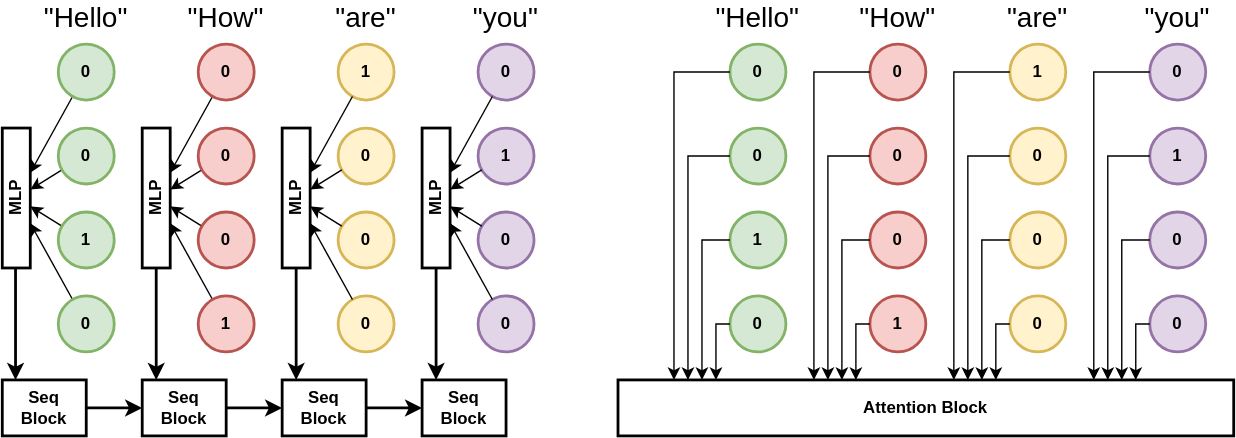
yyhtbs-yye/course_images keeps this draw.io diagram as mlp_vs_attention.svg. Above is the earlier version. Source tidied: cells renumbered, new cells last; positions are measured from the earlier drawing's top-left corner, leaving out a move shared by most shapes. Source of this version:
```xml
<mxGraphModel>
  <root>
    <mxCell id="0" />
    <mxCell id="1" parent="0" />
    <mxCell id="2" style="rounded=0;jettySize=auto;html=1;" parent="1" edge="1" source="3" target="30">
      <mxGeometry relative="1" as="geometry" />
    </mxCell>
    <mxCell id="3" value="0" style="ellipse;whiteSpace=wrap;html=1;fillColor=#d5e8d4;strokeColor=#82b366;strokeWidth=2;fontStyle=1;" parent="1" vertex="1">
      <mxGeometry x="80" y="210" width="40" height="40" as="geometry" />
    </mxCell>
    <mxCell id="4" style="rounded=0;jettySize=auto;html=1;" parent="1" edge="1" source="5" target="31">
      <mxGeometry relative="1" as="geometry" />
    </mxCell>
    <mxCell id="5" value="1" style="ellipse;whiteSpace=wrap;html=1;fillColor=#f8cecc;strokeColor=#b85450;strokeWidth=2;fontStyle=1;" parent="1" vertex="1">
      <mxGeometry x="180" y="210" width="40" height="40" as="geometry" />
    </mxCell>
    <mxCell id="6" value="0" style="ellipse;whiteSpace=wrap;html=1;fillColor=#fff2cc;strokeColor=#d6b656;strokeWidth=2;fontStyle=1;" parent="1" vertex="1">
      <mxGeometry x="280" y="210" width="40" height="40" as="geometry" />
    </mxCell>
    <mxCell id="7" value="0" style="ellipse;whiteSpace=wrap;html=1;fillColor=#e1d5e7;strokeColor=#9673a6;strokeWidth=2;fontStyle=1;" parent="1" vertex="1">
      <mxGeometry x="380" y="210" width="40" height="40" as="geometry" />
    </mxCell>
    <mxCell id="8" style="rounded=0;jettySize=auto;html=1;" parent="1" edge="1" source="9" target="30">
      <mxGeometry relative="1" as="geometry" />
    </mxCell>
    <mxCell id="9" value="1" style="ellipse;whiteSpace=wrap;html=1;fillColor=#d5e8d4;strokeColor=#82b366;strokeWidth=2;fontStyle=1;" parent="1" vertex="1">
      <mxGeometry x="80" y="150" width="40" height="40" as="geometry" />
    </mxCell>
    <mxCell id="10" style="rounded=0;jettySize=auto;html=1;" parent="1" edge="1" source="11" target="31">
      <mxGeometry relative="1" as="geometry" />
    </mxCell>
    <mxCell id="11" value="0" style="ellipse;whiteSpace=wrap;html=1;fillColor=#f8cecc;strokeColor=#b85450;strokeWidth=2;fontStyle=1;" parent="1" vertex="1">
      <mxGeometry x="180" y="150" width="40" height="40" as="geometry" />
    </mxCell>
    <mxCell id="12" value="0" style="ellipse;whiteSpace=wrap;html=1;fillColor=#fff2cc;strokeColor=#d6b656;strokeWidth=2;fontStyle=1;" parent="1" vertex="1">
      <mxGeometry x="280" y="150" width="40" height="40" as="geometry" />
    </mxCell>
    <mxCell id="13" value="0" style="ellipse;whiteSpace=wrap;html=1;fillColor=#e1d5e7;strokeColor=#9673a6;strokeWidth=2;fontStyle=1;" parent="1" vertex="1">
      <mxGeometry x="380" y="150" width="40" height="40" as="geometry" />
    </mxCell>
    <mxCell id="14" style="rounded=0;jettySize=auto;html=1;" parent="1" edge="1" source="15" target="30">
      <mxGeometry relative="1" as="geometry" />
    </mxCell>
    <mxCell id="15" value="0" style="ellipse;whiteSpace=wrap;html=1;fillColor=#d5e8d4;strokeColor=#82b366;strokeWidth=2;fontStyle=1;" parent="1" vertex="1">
      <mxGeometry x="80" y="90" width="40" height="40" as="geometry" />
    </mxCell>
    <mxCell id="16" style="rounded=0;jettySize=auto;html=1;" parent="1" edge="1" source="17" target="31">
      <mxGeometry relative="1" as="geometry" />
    </mxCell>
    <mxCell id="17" value="0" style="ellipse;whiteSpace=wrap;html=1;fillColor=#f8cecc;strokeColor=#b85450;strokeWidth=2;fontStyle=1;" parent="1" vertex="1">
      <mxGeometry x="180" y="90" width="40" height="40" as="geometry" />
    </mxCell>
    <mxCell id="18" value="0" style="ellipse;whiteSpace=wrap;html=1;fillColor=#fff2cc;strokeColor=#d6b656;strokeWidth=2;fontStyle=1;" parent="1" vertex="1">
      <mxGeometry x="280" y="90" width="40" height="40" as="geometry" />
    </mxCell>
    <mxCell id="19" value="1" style="ellipse;whiteSpace=wrap;html=1;fillColor=#e1d5e7;strokeColor=#9673a6;strokeWidth=2;fontStyle=1;" parent="1" vertex="1">
      <mxGeometry x="380" y="90" width="40" height="40" as="geometry" />
    </mxCell>
    <mxCell id="20" style="rounded=0;jettySize=auto;html=1;" parent="1" edge="1" source="21" target="30">
      <mxGeometry relative="1" as="geometry" />
    </mxCell>
    <mxCell id="21" value="0" style="ellipse;whiteSpace=wrap;html=1;fillColor=#d5e8d4;strokeColor=#82b366;strokeWidth=2;fontStyle=1;" parent="1" vertex="1">
      <mxGeometry x="80" y="30" width="40" height="40" as="geometry" />
    </mxCell>
    <mxCell id="22" style="rounded=0;jettySize=auto;html=1;" parent="1" edge="1" source="23" target="31">
      <mxGeometry relative="1" as="geometry" />
    </mxCell>
    <mxCell id="23" value="0" style="ellipse;whiteSpace=wrap;html=1;fillColor=#f8cecc;strokeColor=#b85450;strokeWidth=2;fontStyle=1;" parent="1" vertex="1">
      <mxGeometry x="180" y="30" width="40" height="40" as="geometry" />
    </mxCell>
    <mxCell id="24" value="1" style="ellipse;whiteSpace=wrap;html=1;fillColor=#fff2cc;strokeColor=#d6b656;strokeWidth=2;fontStyle=1;" parent="1" vertex="1">
      <mxGeometry x="280" y="30" width="40" height="40" as="geometry" />
    </mxCell>
    <mxCell id="25" value="0" style="ellipse;whiteSpace=wrap;html=1;fillColor=#e1d5e7;strokeColor=#9673a6;strokeWidth=2;fontStyle=1;" parent="1" vertex="1">
      <mxGeometry x="380" y="30" width="40" height="40" as="geometry" />
    </mxCell>
    <mxCell id="26" value="&quot;Hello&quot;" style="text;html=1;strokeColor=none;fillColor=none;align=center;verticalAlign=middle;whiteSpace=wrap;rounded=0;fontSize=20;" parent="1" vertex="1">
      <mxGeometry x="70" width="60" height="20" as="geometry" />
    </mxCell>
    <mxCell id="27" value="&quot;How&quot;" style="text;html=1;strokeColor=none;fillColor=none;align=center;verticalAlign=middle;whiteSpace=wrap;rounded=0;fontSize=20;" parent="1" vertex="1">
      <mxGeometry x="170" width="60" height="20" as="geometry" />
    </mxCell>
    <mxCell id="28" value="&quot;are&quot;" style="text;html=1;strokeColor=none;fillColor=none;align=center;verticalAlign=middle;whiteSpace=wrap;rounded=0;fontSize=20;" parent="1" vertex="1">
      <mxGeometry x="270" width="60" height="20" as="geometry" />
    </mxCell>
    <mxCell id="29" value="&quot;you&quot;" style="text;html=1;strokeColor=none;fillColor=none;align=center;verticalAlign=middle;whiteSpace=wrap;rounded=0;fontSize=20;" parent="1" vertex="1">
      <mxGeometry x="370" width="60" height="20" as="geometry" />
    </mxCell>
    <mxCell id="30" value="MLP" style="rounded=0;whiteSpace=wrap;html=1;rotation=-90;fontStyle=1;strokeWidth=2;" parent="1" vertex="1">
      <mxGeometry y="130" width="100" height="20" as="geometry" />
    </mxCell>
    <mxCell id="31" value="MLP" style="rounded=0;whiteSpace=wrap;html=1;rotation=-90;fontStyle=1;strokeWidth=2;" parent="1" vertex="1">
      <mxGeometry x="100" y="130" width="100" height="20" as="geometry" />
    </mxCell>
    <mxCell id="32" style="rounded=0;jettySize=auto;html=1;" parent="1" edge="1" source="6" target="36">
      <mxGeometry relative="1" as="geometry" />
    </mxCell>
    <mxCell id="33" style="rounded=0;jettySize=auto;html=1;" parent="1" edge="1" source="12" target="36">
      <mxGeometry relative="1" as="geometry" />
    </mxCell>
    <mxCell id="34" style="rounded=0;jettySize=auto;html=1;" parent="1" edge="1" source="18" target="36">
      <mxGeometry relative="1" as="geometry" />
    </mxCell>
    <mxCell id="35" style="rounded=0;jettySize=auto;html=1;" parent="1" edge="1" source="24" target="36">
      <mxGeometry relative="1" as="geometry" />
    </mxCell>
    <mxCell id="36" value="MLP" style="rounded=0;whiteSpace=wrap;html=1;rotation=-90;fontStyle=1;strokeWidth=2;" parent="1" vertex="1">
      <mxGeometry x="200" y="130" width="100" height="20" as="geometry" />
    </mxCell>
    <mxCell id="37" style="rounded=0;jettySize=auto;html=1;" parent="1" edge="1" source="7" target="41">
      <mxGeometry relative="1" as="geometry" />
    </mxCell>
    <mxCell id="38" style="rounded=0;jettySize=auto;html=1;" parent="1" edge="1" source="13" target="41">
      <mxGeometry relative="1" as="geometry" />
    </mxCell>
    <mxCell id="39" style="rounded=0;jettySize=auto;html=1;" parent="1" edge="1" source="19" target="41">
      <mxGeometry relative="1" as="geometry" />
    </mxCell>
    <mxCell id="40" style="rounded=0;jettySize=auto;html=1;" parent="1" edge="1" source="25" target="41">
      <mxGeometry relative="1" as="geometry" />
    </mxCell>
    <mxCell id="41" value="MLP" style="rounded=0;whiteSpace=wrap;html=1;rotation=-90;fontStyle=1;strokeWidth=2;" parent="1" vertex="1">
      <mxGeometry x="300" y="130" width="100" height="20" as="geometry" />
    </mxCell>
    <mxCell id="42" style="edgeStyle=orthogonalEdgeStyle;rounded=0;jettySize=auto;html=1;strokeWidth=2;" parent="1" edge="1" source="43" target="49">
      <mxGeometry relative="1" as="geometry" />
    </mxCell>
    <mxCell id="43" value="Seq Block" style="rounded=0;whiteSpace=wrap;html=1;fontStyle=1;strokeWidth=2;" parent="1" vertex="1">
      <mxGeometry x="40" y="270" width="60" height="40" as="geometry" />
    </mxCell>
    <mxCell id="44" style="endArrow=classic;html=1;rounded=0;strokeWidth=2;" parent="1" edge="1">
      <mxGeometry relative="1" as="geometry">
        <mxPoint x="49.5" y="190" as="sourcePoint" />
        <mxPoint x="49.5" y="270" as="targetPoint" />
      </mxGeometry>
    </mxCell>
    <mxCell id="45" style="endArrow=classic;html=1;rounded=0;strokeWidth=2;" parent="1" edge="1">
      <mxGeometry relative="1" as="geometry">
        <mxPoint x="150" y="190" as="sourcePoint" />
        <mxPoint x="150" y="270" as="targetPoint" />
      </mxGeometry>
    </mxCell>
    <mxCell id="46" style="endArrow=classic;html=1;rounded=0;strokeWidth=2;" parent="1" edge="1">
      <mxGeometry relative="1" as="geometry">
        <mxPoint x="250" y="190" as="sourcePoint" />
        <mxPoint x="250" y="270" as="targetPoint" />
      </mxGeometry>
    </mxCell>
    <mxCell id="47" style="endArrow=classic;html=1;rounded=0;strokeWidth=2;" parent="1" edge="1">
      <mxGeometry relative="1" as="geometry">
        <mxPoint x="350" y="190" as="sourcePoint" />
        <mxPoint x="350" y="270" as="targetPoint" />
      </mxGeometry>
    </mxCell>
    <mxCell id="48" style="edgeStyle=orthogonalEdgeStyle;rounded=0;jettySize=auto;html=1;strokeWidth=2;" parent="1" edge="1" source="49" target="51">
      <mxGeometry relative="1" as="geometry" />
    </mxCell>
    <mxCell id="49" value="Seq Block" style="rounded=0;whiteSpace=wrap;html=1;fontStyle=1;strokeWidth=2;" parent="1" vertex="1">
      <mxGeometry x="140" y="270" width="60" height="40" as="geometry" />
    </mxCell>
    <mxCell id="50" style="edgeStyle=orthogonalEdgeStyle;rounded=0;jettySize=auto;html=1;strokeWidth=2;" parent="1" edge="1" source="51" target="52">
      <mxGeometry relative="1" as="geometry" />
    </mxCell>
    <mxCell id="51" value="Seq Block" style="rounded=0;whiteSpace=wrap;html=1;fontStyle=1;strokeWidth=2;" parent="1" vertex="1">
      <mxGeometry x="240" y="270" width="60" height="40" as="geometry" />
    </mxCell>
    <mxCell id="52" value="Seq Block" style="rounded=0;whiteSpace=wrap;html=1;fontStyle=1;strokeWidth=2;" parent="1" vertex="1">
      <mxGeometry x="340" y="270" width="60" height="40" as="geometry" />
    </mxCell>
    <mxCell id="53" value="0" style="ellipse;whiteSpace=wrap;html=1;fillColor=#d5e8d4;strokeColor=#82b366;strokeWidth=2;fontStyle=1;" parent="1" vertex="1">
      <mxGeometry x="560" y="210" width="40" height="40" as="geometry" />
    </mxCell>
    <mxCell id="54" value="1" style="ellipse;whiteSpace=wrap;html=1;fillColor=#f8cecc;strokeColor=#b85450;strokeWidth=2;fontStyle=1;" parent="1" vertex="1">
      <mxGeometry x="660" y="210" width="40" height="40" as="geometry" />
    </mxCell>
    <mxCell id="55" value="0" style="ellipse;whiteSpace=wrap;html=1;fillColor=#fff2cc;strokeColor=#d6b656;strokeWidth=2;fontStyle=1;" parent="1" vertex="1">
      <mxGeometry x="760" y="210" width="40" height="40" as="geometry" />
    </mxCell>
    <mxCell id="56" value="0" style="ellipse;whiteSpace=wrap;html=1;fillColor=#e1d5e7;strokeColor=#9673a6;strokeWidth=2;fontStyle=1;" parent="1" vertex="1">
      <mxGeometry x="860" y="210" width="40" height="40" as="geometry" />
    </mxCell>
    <mxCell id="57" value="1" style="ellipse;whiteSpace=wrap;html=1;fillColor=#d5e8d4;strokeColor=#82b366;strokeWidth=2;fontStyle=1;" parent="1" vertex="1">
      <mxGeometry x="560" y="150" width="40" height="40" as="geometry" />
    </mxCell>
    <mxCell id="58" value="0" style="ellipse;whiteSpace=wrap;html=1;fillColor=#f8cecc;strokeColor=#b85450;strokeWidth=2;fontStyle=1;" parent="1" vertex="1">
      <mxGeometry x="660" y="150" width="40" height="40" as="geometry" />
    </mxCell>
    <mxCell id="59" value="0" style="ellipse;whiteSpace=wrap;html=1;fillColor=#fff2cc;strokeColor=#d6b656;strokeWidth=2;fontStyle=1;" parent="1" vertex="1">
      <mxGeometry x="760" y="150" width="40" height="40" as="geometry" />
    </mxCell>
    <mxCell id="60" value="0" style="ellipse;whiteSpace=wrap;html=1;fillColor=#e1d5e7;strokeColor=#9673a6;strokeWidth=2;fontStyle=1;" parent="1" vertex="1">
      <mxGeometry x="860" y="150" width="40" height="40" as="geometry" />
    </mxCell>
    <mxCell id="61" value="0" style="ellipse;whiteSpace=wrap;html=1;fillColor=#d5e8d4;strokeColor=#82b366;strokeWidth=2;fontStyle=1;" parent="1" vertex="1">
      <mxGeometry x="560" y="90" width="40" height="40" as="geometry" />
    </mxCell>
    <mxCell id="62" value="0" style="ellipse;whiteSpace=wrap;html=1;fillColor=#f8cecc;strokeColor=#b85450;strokeWidth=2;fontStyle=1;" parent="1" vertex="1">
      <mxGeometry x="660" y="90" width="40" height="40" as="geometry" />
    </mxCell>
    <mxCell id="63" value="0" style="ellipse;whiteSpace=wrap;html=1;fillColor=#fff2cc;strokeColor=#d6b656;strokeWidth=2;fontStyle=1;" parent="1" vertex="1">
      <mxGeometry x="760" y="90" width="40" height="40" as="geometry" />
    </mxCell>
    <mxCell id="64" value="1" style="ellipse;whiteSpace=wrap;html=1;fillColor=#e1d5e7;strokeColor=#9673a6;strokeWidth=2;fontStyle=1;" parent="1" vertex="1">
      <mxGeometry x="860" y="90" width="40" height="40" as="geometry" />
    </mxCell>
    <mxCell id="65" value="0" style="ellipse;whiteSpace=wrap;html=1;fillColor=#d5e8d4;strokeColor=#82b366;strokeWidth=2;fontStyle=1;" parent="1" vertex="1">
      <mxGeometry x="560" y="30" width="40" height="40" as="geometry" />
    </mxCell>
    <mxCell id="66" value="0" style="ellipse;whiteSpace=wrap;html=1;fillColor=#f8cecc;strokeColor=#b85450;strokeWidth=2;fontStyle=1;" parent="1" vertex="1">
      <mxGeometry x="660" y="30" width="40" height="40" as="geometry" />
    </mxCell>
    <mxCell id="67" value="1" style="ellipse;whiteSpace=wrap;html=1;fillColor=#fff2cc;strokeColor=#d6b656;strokeWidth=2;fontStyle=1;" parent="1" vertex="1">
      <mxGeometry x="760" y="30" width="40" height="40" as="geometry" />
    </mxCell>
    <mxCell id="68" value="0" style="ellipse;whiteSpace=wrap;html=1;fillColor=#e1d5e7;strokeColor=#9673a6;strokeWidth=2;fontStyle=1;" parent="1" vertex="1">
      <mxGeometry x="860" y="30" width="40" height="40" as="geometry" />
    </mxCell>
    <mxCell id="69" value="&quot;Hello&quot;" style="text;html=1;strokeColor=none;fillColor=none;align=center;verticalAlign=middle;whiteSpace=wrap;rounded=0;fontSize=20;" parent="1" vertex="1">
      <mxGeometry x="550" width="60" height="20" as="geometry" />
    </mxCell>
    <mxCell id="70" value="&quot;How&quot;" style="text;html=1;strokeColor=none;fillColor=none;align=center;verticalAlign=middle;whiteSpace=wrap;rounded=0;fontSize=20;" parent="1" vertex="1">
      <mxGeometry x="650" width="60" height="20" as="geometry" />
    </mxCell>
    <mxCell id="71" value="&quot;are&quot;" style="text;html=1;strokeColor=none;fillColor=none;align=center;verticalAlign=middle;whiteSpace=wrap;rounded=0;fontSize=20;" parent="1" vertex="1">
      <mxGeometry x="750" width="60" height="20" as="geometry" />
    </mxCell>
    <mxCell id="72" value="&quot;you&quot;" style="text;html=1;strokeColor=none;fillColor=none;align=center;verticalAlign=middle;whiteSpace=wrap;rounded=0;fontSize=20;" parent="1" vertex="1">
      <mxGeometry x="850" width="60" height="20" as="geometry" />
    </mxCell>
    <mxCell id="73" value="Attention Block" style="rounded=0;whiteSpace=wrap;html=1;fontStyle=1;strokeWidth=2;" parent="1" vertex="1">
      <mxGeometry x="480" y="270" width="440" height="40" as="geometry" />
    </mxCell>
    <mxCell id="74" style="edgeStyle=orthogonalEdgeStyle;rounded=0;orthogonalLoop=1;jettySize=auto;html=1;" parent="1" edge="1">
      <mxGeometry relative="1" as="geometry">
        <mxPoint x="560" y="50" as="sourcePoint" />
        <mxPoint x="520" y="270" as="targetPoint" />
      </mxGeometry>
    </mxCell>
    <mxCell id="75" style="edgeStyle=orthogonalEdgeStyle;rounded=0;orthogonalLoop=1;jettySize=auto;html=1;" parent="1" edge="1">
      <mxGeometry relative="1" as="geometry">
        <mxPoint x="560" y="110" as="sourcePoint" />
        <mxPoint x="530" y="270" as="targetPoint" />
      </mxGeometry>
    </mxCell>
    <mxCell id="76" style="edgeStyle=orthogonalEdgeStyle;rounded=0;orthogonalLoop=1;jettySize=auto;html=1;" parent="1" edge="1">
      <mxGeometry relative="1" as="geometry">
        <mxPoint x="560" y="170" as="sourcePoint" />
        <mxPoint x="540" y="270" as="targetPoint" />
      </mxGeometry>
    </mxCell>
    <mxCell id="77" style="edgeStyle=orthogonalEdgeStyle;rounded=0;orthogonalLoop=1;jettySize=auto;html=1;" parent="1" edge="1">
      <mxGeometry relative="1" as="geometry">
        <mxPoint x="560" y="230" as="sourcePoint" />
        <mxPoint x="550" y="270" as="targetPoint" />
        <Array as="points">
          <mxPoint x="550" y="230" />
        </Array>
      </mxGeometry>
    </mxCell>
    <mxCell id="78" style="edgeStyle=orthogonalEdgeStyle;rounded=0;orthogonalLoop=1;jettySize=auto;html=1;" parent="1" edge="1">
      <mxGeometry relative="1" as="geometry">
        <mxPoint x="660" y="50" as="sourcePoint" />
        <mxPoint x="620" y="270" as="targetPoint" />
      </mxGeometry>
    </mxCell>
    <mxCell id="79" style="edgeStyle=orthogonalEdgeStyle;rounded=0;orthogonalLoop=1;jettySize=auto;html=1;" parent="1" edge="1">
      <mxGeometry relative="1" as="geometry">
        <mxPoint x="660" y="110" as="sourcePoint" />
        <mxPoint x="630" y="270" as="targetPoint" />
      </mxGeometry>
    </mxCell>
    <mxCell id="80" style="edgeStyle=orthogonalEdgeStyle;rounded=0;orthogonalLoop=1;jettySize=auto;html=1;" parent="1" edge="1">
      <mxGeometry relative="1" as="geometry">
        <mxPoint x="660" y="170" as="sourcePoint" />
        <mxPoint x="640" y="270" as="targetPoint" />
      </mxGeometry>
    </mxCell>
    <mxCell id="81" style="edgeStyle=orthogonalEdgeStyle;rounded=0;orthogonalLoop=1;jettySize=auto;html=1;" parent="1" edge="1">
      <mxGeometry relative="1" as="geometry">
        <mxPoint x="660" y="230" as="sourcePoint" />
        <mxPoint x="650" y="270" as="targetPoint" />
        <Array as="points">
          <mxPoint x="650" y="230" />
        </Array>
      </mxGeometry>
    </mxCell>
    <mxCell id="82" style="edgeStyle=orthogonalEdgeStyle;rounded=0;orthogonalLoop=1;jettySize=auto;html=1;" parent="1" edge="1">
      <mxGeometry relative="1" as="geometry">
        <mxPoint x="760" y="50" as="sourcePoint" />
        <mxPoint x="720" y="270" as="targetPoint" />
      </mxGeometry>
    </mxCell>
    <mxCell id="83" style="edgeStyle=orthogonalEdgeStyle;rounded=0;orthogonalLoop=1;jettySize=auto;html=1;" parent="1" edge="1">
      <mxGeometry relative="1" as="geometry">
        <mxPoint x="760" y="110" as="sourcePoint" />
        <mxPoint x="730" y="270" as="targetPoint" />
      </mxGeometry>
    </mxCell>
    <mxCell id="84" style="edgeStyle=orthogonalEdgeStyle;rounded=0;orthogonalLoop=1;jettySize=auto;html=1;" parent="1" edge="1">
      <mxGeometry relative="1" as="geometry">
        <mxPoint x="760" y="170" as="sourcePoint" />
        <mxPoint x="740" y="270" as="targetPoint" />
      </mxGeometry>
    </mxCell>
    <mxCell id="85" style="edgeStyle=orthogonalEdgeStyle;rounded=0;orthogonalLoop=1;jettySize=auto;html=1;" parent="1" edge="1">
      <mxGeometry relative="1" as="geometry">
        <mxPoint x="760" y="230" as="sourcePoint" />
        <mxPoint x="750" y="270" as="targetPoint" />
        <Array as="points">
          <mxPoint x="750" y="230" />
        </Array>
      </mxGeometry>
    </mxCell>
    <mxCell id="86" style="edgeStyle=orthogonalEdgeStyle;rounded=0;orthogonalLoop=1;jettySize=auto;html=1;" parent="1" edge="1">
      <mxGeometry relative="1" as="geometry">
        <mxPoint x="860" y="50" as="sourcePoint" />
        <mxPoint x="820" y="270" as="targetPoint" />
      </mxGeometry>
    </mxCell>
    <mxCell id="87" style="edgeStyle=orthogonalEdgeStyle;rounded=0;orthogonalLoop=1;jettySize=auto;html=1;" parent="1" edge="1">
      <mxGeometry relative="1" as="geometry">
        <mxPoint x="860" y="110" as="sourcePoint" />
        <mxPoint x="830" y="270" as="targetPoint" />
      </mxGeometry>
    </mxCell>
    <mxCell id="88" style="edgeStyle=orthogonalEdgeStyle;rounded=0;orthogonalLoop=1;jettySize=auto;html=1;" parent="1" edge="1">
      <mxGeometry relative="1" as="geometry">
        <mxPoint x="860" y="170" as="sourcePoint" />
        <mxPoint x="840" y="270" as="targetPoint" />
      </mxGeometry>
    </mxCell>
    <mxCell id="89" style="edgeStyle=orthogonalEdgeStyle;rounded=0;orthogonalLoop=1;jettySize=auto;html=1;" parent="1" edge="1">
      <mxGeometry relative="1" as="geometry">
        <mxPoint x="860" y="230" as="sourcePoint" />
        <mxPoint x="850" y="270" as="targetPoint" />
        <Array as="points">
          <mxPoint x="850" y="230" />
        </Array>
      </mxGeometry>
    </mxCell>
  </root>
</mxGraphModel>
```
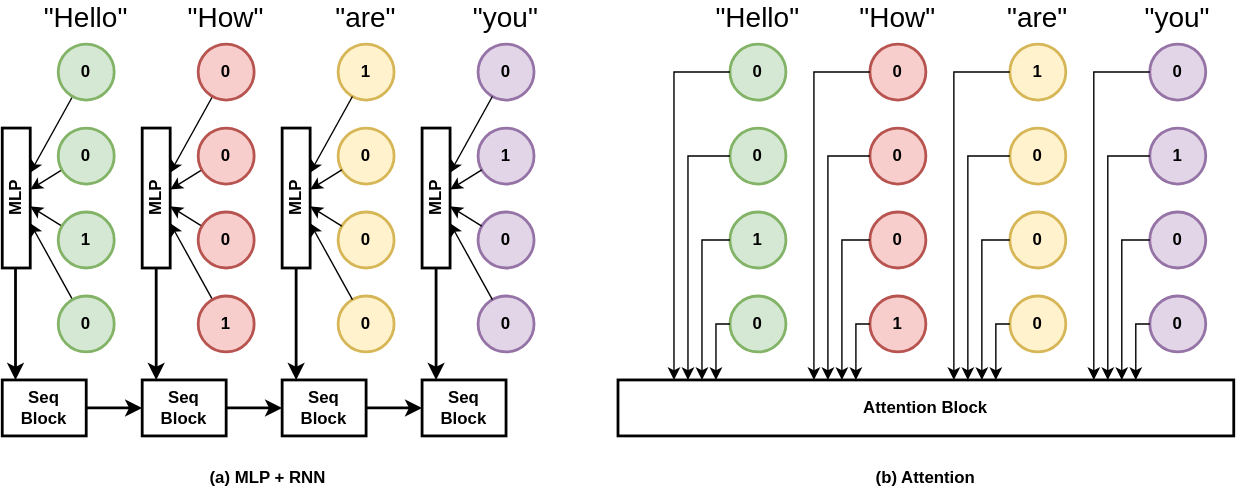
Later version of the same file.

The edit, as a diff of the source:
```diff
@@ -338,5 +338,11 @@
         </Array>
       </mxGeometry>
     </mxCell>
+    <mxCell id="90" value="(a) MLP + RNN" style="text;html=1;strokeColor=none;fillColor=none;align=center;verticalAlign=middle;whiteSpace=wrap;rounded=0;fontStyle=1;" parent="1" vertex="1">
+      <mxGeometry x="40" y="330" width="380" height="20" as="geometry" />
+    </mxCell>
+    <mxCell id="91" value="(b) Attention" style="text;html=1;strokeColor=none;fillColor=none;align=center;verticalAlign=middle;whiteSpace=wrap;rounded=0;fontStyle=1;" parent="1" vertex="1">
+      <mxGeometry x="480" y="330" width="440" height="20" as="geometry" />
+    </mxCell>
   </root>
 </mxGraphModel>
```
